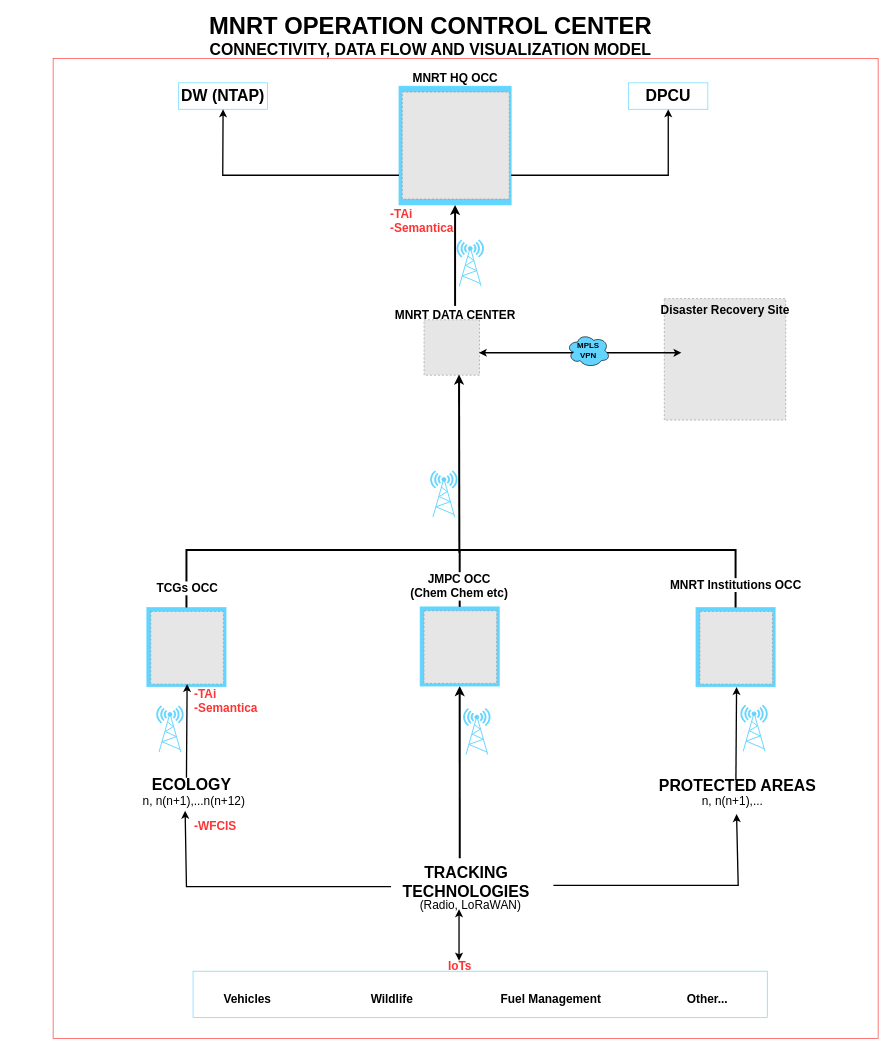
The draw.io diagram control-room.drawio in MbalamulaS/tech-diagrams, before the edit. Source tidied: cells renumbered, new cells numbered last; positions are measured from the earlier drawing's top-left corner, leaving out a move shared by most shapes. Both pictures are drawn from the tidied source at 66%, with x=0, y=0 at pixel (11, 15). Pictures stored in the file or linked from it are replaced by grey dashed boxes.
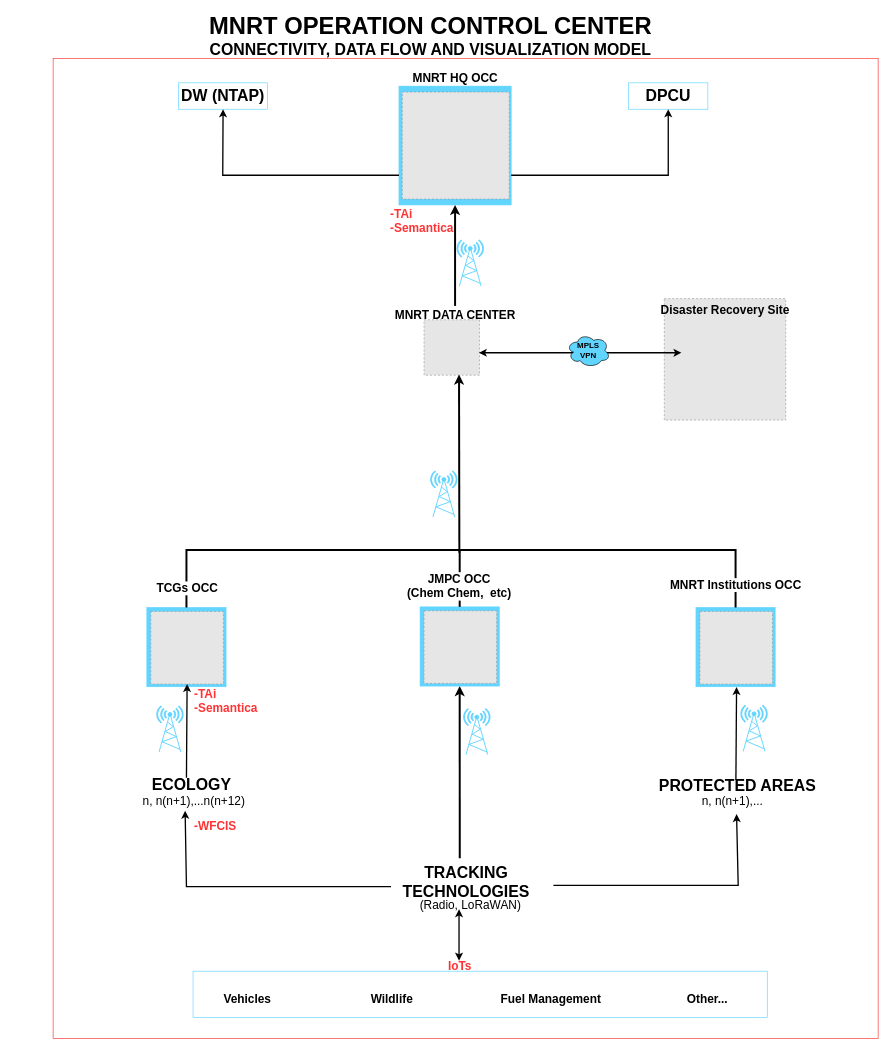
The same diagram, later.

The change refers to these unchanged cells:
```xml
<mxCell id="55" style="endArrow=none;html=1;rounded=0;exitX=0.5;exitY=0;exitDx=0;exitDy=0;strokeWidth=3;" parent="1" edge="1">
  <mxGeometry relative="1" as="geometry">
    <mxPoint x="679" y="896" as="sourcePoint" />
    <mxPoint x="679" y="810" as="targetPoint" />
  </mxGeometry>
</mxCell>
```

Diff of the diagram source:
```diff
@@
-    <mxCell id="56" value="&lt;div&gt;&lt;font style=&quot;font-size: 18px;&quot;&gt;&lt;b&gt;JMPC OCC&lt;br&gt;&lt;/b&gt;&lt;/font&gt;&lt;/div&gt;&lt;div&gt;&lt;font style=&quot;font-size: 18px;&quot;&gt;&lt;b&gt;(Chem Chem etc)&lt;br&gt;&lt;/b&gt;&lt;/font&gt;&lt;/div&gt;" style="edgeLabel;html=1;align=center;verticalAlign=middle;" parent="55" vertex="1">
+    <mxCell id="56" value="&lt;div&gt;&lt;font style=&quot;font-size: 18px;&quot;&gt;&lt;b&gt;JMPC OCC&lt;br&gt;&lt;/b&gt;&lt;/font&gt;&lt;/div&gt;&lt;div&gt;&lt;font style=&quot;font-size: 18px;&quot;&gt;&lt;b&gt;(Chem Chem,&amp;nbsp; etc)&lt;br&gt;&lt;/b&gt;&lt;/font&gt;&lt;/div&gt;" style="edgeLabel;html=1;align=center;verticalAlign=middle;" parent="55" vertex="1">
       <mxGeometry x="-0.26" y="2" relative="1" as="geometry" />
     </mxCell>
```
